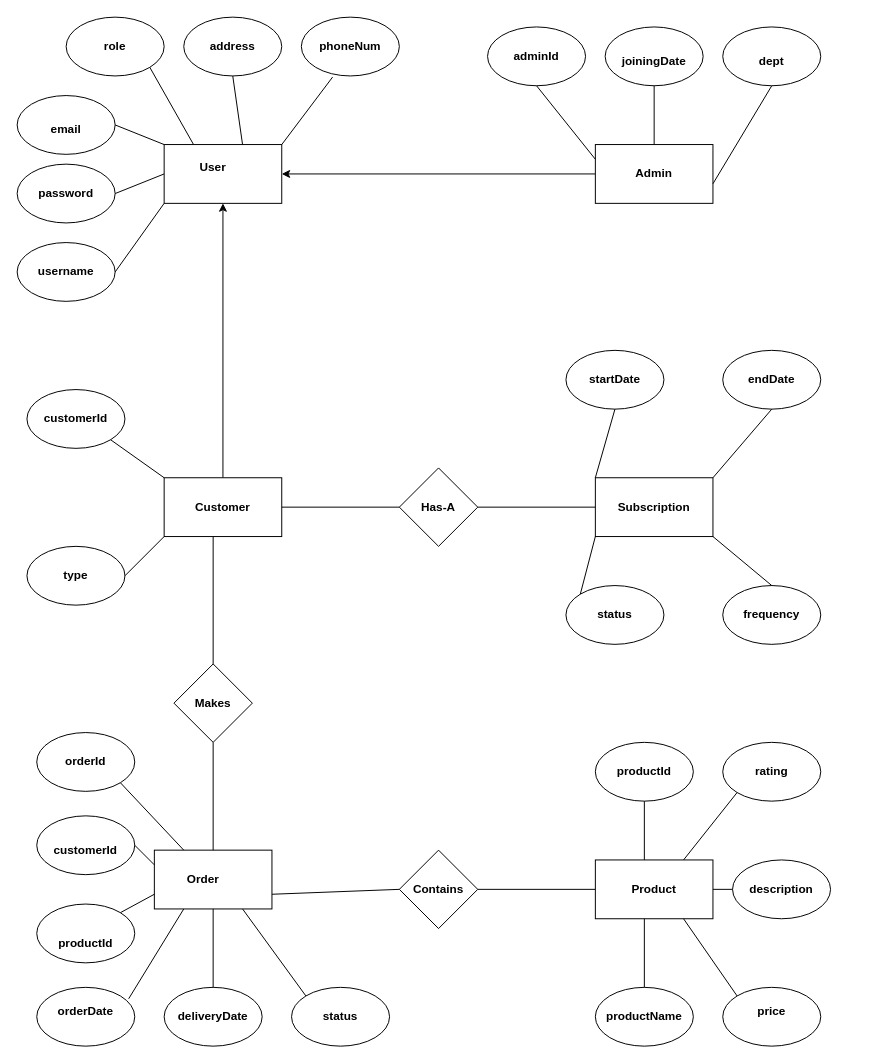
satyamrawat625/code-fury keeps this draw.io diagram as UMLDiagrams/ERdiagram.drawio. Above is the earlier version. Source tidied: cells renumbered, new cells numbered last; positions are measured from the earlier drawing's top-left corner, leaving out a move shared by most shapes. Both pictures are drawn from the tidied source at 98%, with x=0, y=0 at pixel (17, 17).
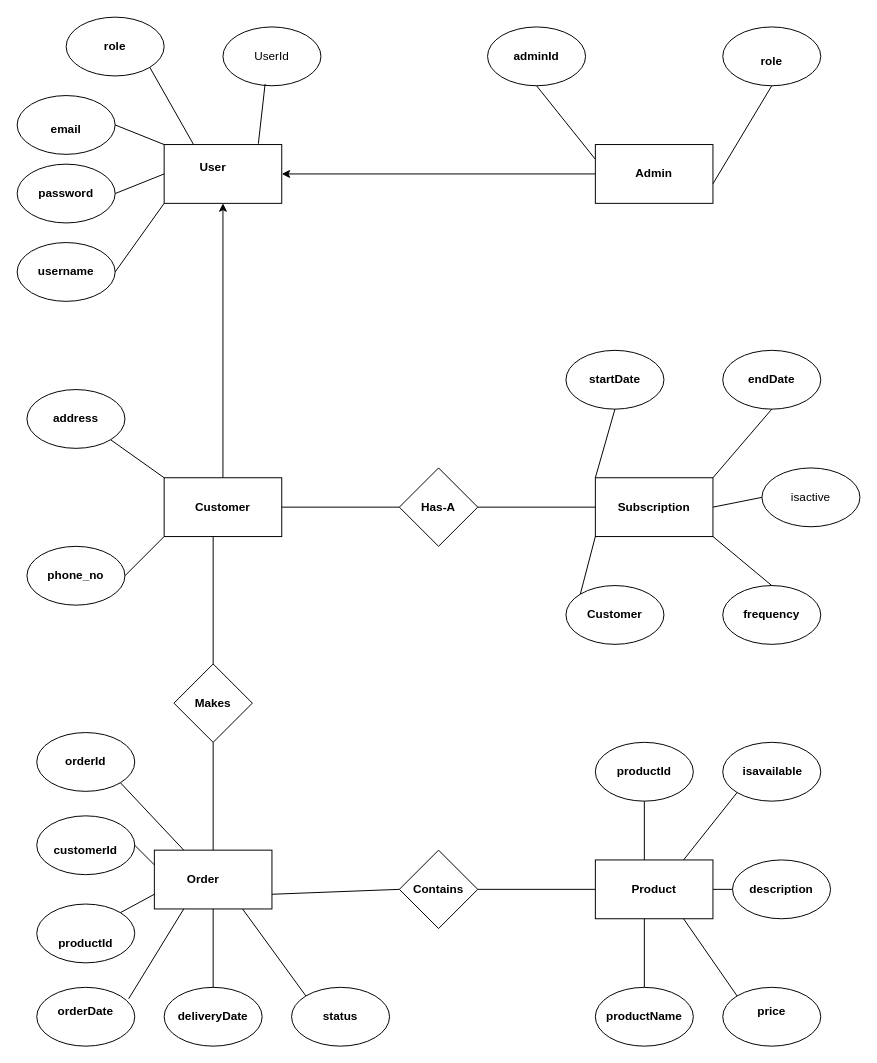
Above is the later version.

Unchanged cells that the change refers to:
```xml
<mxCell id="7" style="rounded=0;whiteSpace=wrap;html=1;" parent="1" vertex="1">
  <mxGeometry x="590" y="130" width="120" height="60" as="geometry" />
</mxCell>
<mxCell id="10" style="rounded=0;whiteSpace=wrap;html=1;" parent="1" vertex="1">
  <mxGeometry x="590" y="470" width="120" height="60" as="geometry" />
</mxCell>
<mxCell id="11" style="rounded=0;whiteSpace=wrap;html=1;" parent="1" vertex="1">
  <mxGeometry x="150" y="130" width="120" height="60" as="geometry" />
</mxCell>
```

The edit, as a diff of the source:
```diff
@@
-    <mxCell id="28" style="ellipse;whiteSpace=wrap;html=1;" parent="1" vertex="1">
-      <mxGeometry x="600" y="10" width="100" height="60" as="geometry" />
-    </mxCell>
@@
-    <mxCell id="32" style="endArrow=none;html=1;rounded=0;entryX=0.5;entryY=1;entryDx=0;entryDy=0;exitX=0.5;exitY=0;exitDx=0;exitDy=0;" parent="1" edge="1" source="7" target="28">
-      <mxGeometry relative="1" as="geometry" />
-    </mxCell>
@@
-    <mxCell id="50" style="ellipse;whiteSpace=wrap;html=1;" parent="1" vertex="1">
-      <mxGeometry x="170" width="100" height="60" as="geometry" />
-    </mxCell>
-    <mxCell id="51" style="ellipse;whiteSpace=wrap;html=1;" parent="1" vertex="1">
-      <mxGeometry x="290" width="100" height="60" as="geometry" />
-    </mxCell>
@@
-    <mxCell id="56" style="endArrow=none;html=1;rounded=0;entryX=0.5;entryY=1;entryDx=0;entryDy=0;" parent="1" edge="1" target="50">
-      <mxGeometry relative="1" as="geometry">
-        <mxPoint x="230" y="130" as="sourcePoint" />
-      </mxGeometry>
-    </mxCell>
-    <mxCell id="57" style="endArrow=none;html=1;rounded=0;entryX=0.319;entryY=1.019;entryDx=0;entryDy=0;entryPerimeter=0;exitX=1;exitY=0;exitDx=0;exitDy=0;" parent="1" edge="1" source="11" target="51">
-      <mxGeometry relative="1" as="geometry" />
-    </mxCell>
@@
-    <mxCell id="81" value="&lt;b&gt;joiningDate&lt;/b&gt;" style="text;html=1;align=center;verticalAlign=middle;whiteSpace=wrap;rounded=0;" parent="1" vertex="1">
-      <mxGeometry x="620" y="30" width="60" height="30" as="geometry" />
-    </mxCell>
-    <mxCell id="82" value="&lt;b&gt;dept&lt;/b&gt;" style="text;html=1;align=center;verticalAlign=middle;whiteSpace=wrap;rounded=0;" parent="1" vertex="1">
+    <mxCell id="82" value="&lt;b&gt;role&lt;/b&gt;" style="text;html=1;align=center;verticalAlign=middle;whiteSpace=wrap;rounded=0;" parent="1" vertex="1">
       <mxGeometry x="740" y="30" width="60" height="30" as="geometry" />
     </mxCell>
@@
-    <mxCell id="84" value="&lt;b&gt;status&lt;/b&gt;" style="text;html=1;align=center;verticalAlign=middle;whiteSpace=wrap;rounded=0;" parent="1" vertex="1">
+    <mxCell id="84" value="&lt;b&gt;Customer&lt;/b&gt;" style="text;html=1;align=center;verticalAlign=middle;whiteSpace=wrap;rounded=0;" parent="1" vertex="1">
       <mxGeometry x="580" y="595" width="60" height="30" as="geometry" />
     </mxCell>
@@
-    <mxCell id="90" value="&lt;b&gt;rating&lt;/b&gt;" style="text;html=1;align=center;verticalAlign=middle;whiteSpace=wrap;rounded=0;" parent="1" vertex="1">
-      <mxGeometry x="740" y="755" width="60" height="30" as="geometry" />
+    <mxCell id="90" value="&lt;b&gt;isavailable&lt;/b&gt;" style="text;html=1;align=center;verticalAlign=middle;whiteSpace=wrap;rounded=0;" parent="1" vertex="1">
+      <mxGeometry x="741" y="755" width="60" height="30" as="geometry" />
     </mxCell>
@@
-    <mxCell id="98" value="&lt;b&gt;type&lt;/b&gt;" style="text;html=1;align=center;verticalAlign=middle;whiteSpace=wrap;rounded=0;" parent="1" vertex="1">
+    <mxCell id="98" value="&lt;b&gt;phone_no&lt;/b&gt;" style="text;html=1;align=center;verticalAlign=middle;whiteSpace=wrap;rounded=0;" parent="1" vertex="1">
       <mxGeometry x="30" y="555" width="60" height="30" as="geometry" />
     </mxCell>
-    <mxCell id="99" value="&lt;b&gt;customerId&lt;/b&gt;" style="text;html=1;align=center;verticalAlign=middle;whiteSpace=wrap;rounded=0;" parent="1" vertex="1">
+    <mxCell id="99" value="&lt;b&gt;address&lt;/b&gt;" style="text;html=1;align=center;verticalAlign=middle;whiteSpace=wrap;rounded=0;" parent="1" vertex="1">
       <mxGeometry x="30" y="395" width="60" height="30" as="geometry" />
     </mxCell>
-    <mxCell id="100" value="&lt;b&gt;phoneNum&lt;/b&gt;" style="text;html=1;align=center;verticalAlign=middle;whiteSpace=wrap;rounded=0;" parent="1" vertex="1">
-      <mxGeometry x="310" y="15" width="60" height="30" as="geometry" />
-    </mxCell>
-    <mxCell id="101" value="&lt;b&gt;address&lt;/b&gt;" style="text;html=1;align=center;verticalAlign=middle;whiteSpace=wrap;rounded=0;" parent="1" vertex="1">
-      <mxGeometry x="190" y="15" width="60" height="30" as="geometry" />
-    </mxCell>
@@
+    <mxCell id="106" value="UserId" style="ellipse;whiteSpace=wrap;html=1;" parent="1" vertex="1">
+      <mxGeometry x="210" y="10" width="100" height="60" as="geometry" />
+    </mxCell>
+    <mxCell id="107" style="endArrow=none;html=1;rounded=0;entryX=0.43;entryY=0.972;entryDx=0;entryDy=0;entryPerimeter=0;exitX=0.801;exitY=-0.014;exitDx=0;exitDy=0;exitPerimeter=0;" parent="1" edge="1" source="11" target="106">
+      <mxGeometry relative="1" as="geometry" />
+    </mxCell>
+    <mxCell id="108" value="isactive" style="ellipse;whiteSpace=wrap;html=1;" parent="1" vertex="1">
+      <mxGeometry x="760" y="460" width="100" height="60" as="geometry" />
+    </mxCell>
+    <mxCell id="109" style="endArrow=none;html=1;rounded=0;entryX=0;entryY=0.5;entryDx=0;entryDy=0;exitX=1;exitY=0.5;exitDx=0;exitDy=0;" parent="1" edge="1" source="10" target="108">
+      <mxGeometry relative="1" as="geometry" />
+    </mxCell>
```
